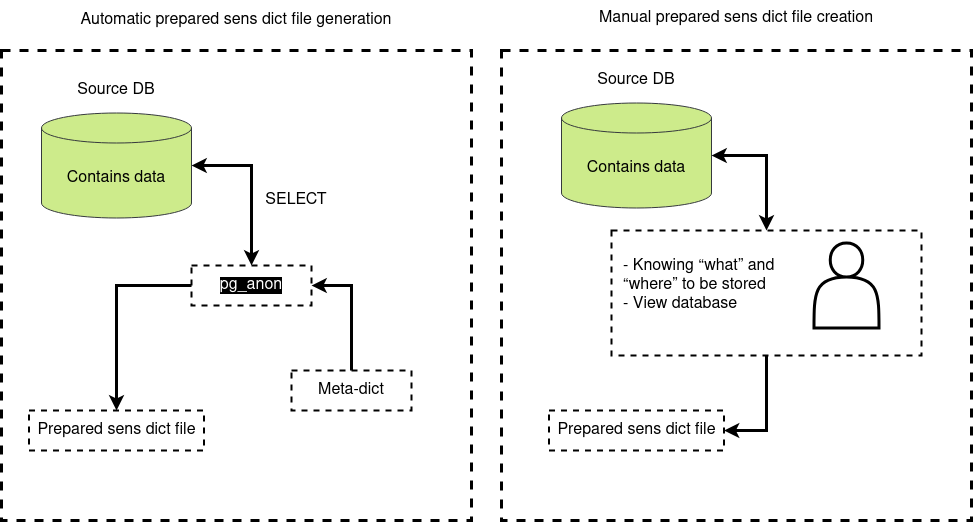
Above: images/Create-dict-Terms.drawio.png in TantorLabs/pg_anon (draw.io), before the change. Source tidied: cells renumbered, new cells last; positions are measured from the earlier drawing's top-left corner, leaving out a move shared by most shapes.
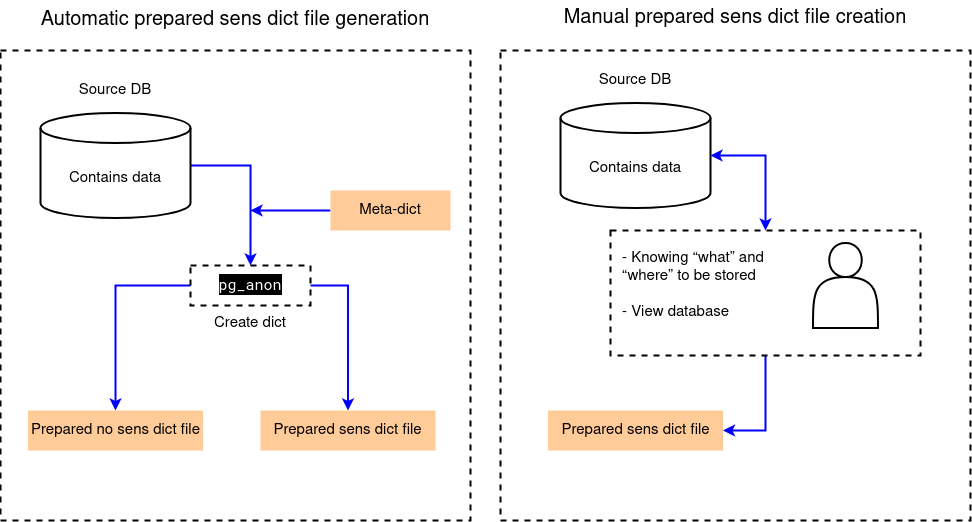
After the commit.

Change to the diagram source:
```diff
@@ -2,68 +2,76 @@
   <root>
     <mxCell id="0" />
     <mxCell id="1" parent="0" />
-    <mxCell id="2" style="rounded=0;whiteSpace=wrap;html=1;fillColor=none;dashed=1;strokeWidth=3;" parent="1" vertex="1">
+    <mxCell id="2" style="rounded=0;whiteSpace=wrap;html=1;fillColor=none;dashed=1;strokeWidth=2;" parent="1" vertex="1">
       <mxGeometry y="50" width="470" height="470" as="geometry" />
     </mxCell>
-    <mxCell id="3" style="rounded=0;whiteSpace=wrap;html=1;fillColor=none;dashed=1;strokeWidth=3;" parent="1" vertex="1">
+    <mxCell id="3" style="rounded=0;whiteSpace=wrap;html=1;fillColor=none;dashed=1;strokeWidth=2;" parent="1" vertex="1">
       <mxGeometry x="500" y="50" width="470" height="470" as="geometry" />
     </mxCell>
-    <mxCell id="4" style="edgeStyle=orthogonalEdgeStyle;rounded=0;jettySize=auto;html=1;exitX=1;exitY=0.5;exitDx=0;exitDy=0;exitPerimeter=0;entryX=0.5;entryY=0;entryDx=0;entryDy=0;strokeWidth=3;startArrow=classic;startFill=1;" parent="1" edge="1" source="5" target="15">
+    <mxCell id="4" style="edgeStyle=orthogonalEdgeStyle;rounded=0;jettySize=auto;html=1;exitX=1;exitY=0.5;exitDx=0;exitDy=0;exitPerimeter=0;entryX=0.5;entryY=0;entryDx=0;entryDy=0;strokeWidth=2;startArrow=none;startFill=0;strokeColor=#0000FF;endArrow=classic;endFill=1;" parent="1" edge="1" source="5" target="15">
       <mxGeometry relative="1" as="geometry" />
     </mxCell>
-    <mxCell id="5" value="&lt;font style=&quot;font-size: 16px;&quot;&gt;Contains data&lt;/font&gt;" style="shape=cylinder3;whiteSpace=wrap;html=1;boundedLbl=1;backgroundOutline=1;size=15;fillColor=#cdeb8b;strokeColor=#36393d;" parent="1" vertex="1">
+    <mxCell id="5" value="&lt;font style=&quot;font-size: 15px;&quot;&gt;Contains data&lt;/font&gt;" style="shape=cylinder3;whiteSpace=wrap;html=1;boundedLbl=1;backgroundOutline=1;size=15;strokeWidth=2;fontSize=15;" parent="1" vertex="1">
       <mxGeometry x="40" y="112.5" width="150" height="105" as="geometry" />
     </mxCell>
-    <mxCell id="6" value="&lt;font style=&quot;font-size: 16px;&quot;&gt;Automatic prepared sens dict file generation&lt;/font&gt;" style="text;html=1;align=center;verticalAlign=middle;whiteSpace=wrap;rounded=0;" parent="1" vertex="1">
+    <mxCell id="6" value="&lt;font style=&quot;font-size: 20px;&quot;&gt;Automatic prepared sens dict file generation&lt;/font&gt;" style="text;html=1;align=center;verticalAlign=middle;whiteSpace=wrap;rounded=0;fontSize=20;" parent="1" vertex="1">
       <mxGeometry width="470" height="40" as="geometry" />
     </mxCell>
-    <mxCell id="7" value="&lt;font style=&quot;font-size: 16px;&quot;&gt;Manual prepared sens dict file creation&lt;/font&gt;" style="text;html=1;align=center;verticalAlign=middle;whiteSpace=wrap;rounded=0;" parent="1" vertex="1">
+    <mxCell id="7" value="&lt;font style=&quot;font-size: 20px;&quot;&gt;Manual prepared sens dict file creation&lt;/font&gt;" style="text;html=1;align=center;verticalAlign=middle;whiteSpace=wrap;rounded=0;fontSize=20;" parent="1" vertex="1">
       <mxGeometry x="500" width="470" height="35" as="geometry" />
     </mxCell>
-    <mxCell id="8" value="&lt;font style=&quot;font-size: 16px;&quot;&gt;Source DB&lt;/font&gt;" style="text;html=1;align=center;verticalAlign=middle;whiteSpace=wrap;rounded=0;" parent="1" vertex="1">
+    <mxCell id="8" value="&lt;font style=&quot;font-size: 15px;&quot;&gt;Source DB&lt;/font&gt;" style="text;html=1;align=center;verticalAlign=middle;whiteSpace=wrap;rounded=0;fontSize=15;" parent="1" vertex="1">
       <mxGeometry x="70" y="70" width="90" height="40" as="geometry" />
     </mxCell>
-    <mxCell id="9" value="&lt;font style=&quot;font-size: 16px;&quot;&gt;Contains data&lt;/font&gt;" style="shape=cylinder3;whiteSpace=wrap;html=1;boundedLbl=1;backgroundOutline=1;size=15;fillColor=#cdeb8b;strokeColor=#36393d;" parent="1" vertex="1">
+    <mxCell id="9" value="&lt;font style=&quot;font-size: 15px;&quot;&gt;Contains data&lt;/font&gt;" style="shape=cylinder3;whiteSpace=wrap;html=1;boundedLbl=1;backgroundOutline=1;size=15;strokeWidth=2;fontSize=15;" parent="1" vertex="1">
       <mxGeometry x="560" y="102.5" width="150" height="105" as="geometry" />
     </mxCell>
-    <mxCell id="10" value="&lt;font style=&quot;font-size: 16px;&quot;&gt;Source DB&lt;/font&gt;" style="text;html=1;align=center;verticalAlign=middle;whiteSpace=wrap;rounded=0;" parent="1" vertex="1">
+    <mxCell id="10" value="&lt;font style=&quot;font-size: 15px;&quot;&gt;Source DB&lt;/font&gt;" style="text;html=1;align=center;verticalAlign=middle;whiteSpace=wrap;rounded=0;fontSize=15;" parent="1" vertex="1">
       <mxGeometry x="590" y="60" width="90" height="40" as="geometry" />
     </mxCell>
-    <mxCell id="11" value="&lt;font style=&quot;font-size: 16px;&quot;&gt;Prepared sens dict file &lt;/font&gt;" style="rounded=0;whiteSpace=wrap;html=1;fillColor=none;strokeWidth=2;dashed=1;" parent="1" vertex="1">
-      <mxGeometry x="27.5" y="410" width="175" height="40" as="geometry" />
+    <mxCell id="11" value="&lt;font style=&quot;font-size: 15px;&quot;&gt;Prepared sens dict file &lt;/font&gt;" style="rounded=0;whiteSpace=wrap;html=1;fillColor=#FFCC99;strokeWidth=2;dashed=1;strokeColor=none;fontSize=15;" parent="1" vertex="1">
+      <mxGeometry x="260" y="410" width="175" height="40" as="geometry" />
     </mxCell>
-    <mxCell id="12" style="edgeStyle=orthogonalEdgeStyle;rounded=0;jettySize=auto;html=1;exitX=0.5;exitY=0;exitDx=0;exitDy=0;entryX=1;entryY=0.5;entryDx=0;entryDy=0;strokeWidth=3;" parent="1" edge="1" source="13" target="15">
-      <mxGeometry relative="1" as="geometry" />
+    <mxCell id="12" style="edgeStyle=orthogonalEdgeStyle;rounded=0;jettySize=auto;html=1;exitX=0;exitY=0.5;exitDx=0;exitDy=0;strokeWidth=2;strokeColor=#0000FF;" parent="1" edge="1" source="13">
+      <mxGeometry relative="1" as="geometry">
+        <mxPoint x="250" y="210" as="targetPoint" />
+      </mxGeometry>
     </mxCell>
-    <mxCell id="13" value="&lt;font style=&quot;font-size: 16px;&quot;&gt;Meta-dict&lt;/font&gt;" style="rounded=0;whiteSpace=wrap;html=1;fillColor=none;strokeWidth=2;dashed=1;" parent="1" vertex="1">
-      <mxGeometry x="290" y="370" width="120" height="40" as="geometry" />
+    <mxCell id="13" value="&lt;font style=&quot;font-size: 15px;&quot;&gt;Meta-dict&lt;/font&gt;" style="rounded=0;whiteSpace=wrap;html=1;fillColor=#FFCC99;strokeWidth=2;dashed=1;strokeColor=none;fontSize=15;" parent="1" vertex="1">
+      <mxGeometry x="330" y="190" width="120" height="40" as="geometry" />
     </mxCell>
-    <mxCell id="14" style="edgeStyle=orthogonalEdgeStyle;rounded=0;jettySize=auto;html=1;exitX=0;exitY=0.5;exitDx=0;exitDy=0;entryX=0.5;entryY=0;entryDx=0;entryDy=0;strokeWidth=3;" parent="1" edge="1" source="15" target="11">
+    <mxCell id="14" style="edgeStyle=orthogonalEdgeStyle;rounded=0;jettySize=auto;html=1;exitX=0;exitY=0.5;exitDx=0;exitDy=0;entryX=0.5;entryY=0;entryDx=0;entryDy=0;strokeWidth=2;strokeColor=#0000FF;" parent="1" edge="1" source="15" target="24">
       <mxGeometry relative="1" as="geometry" />
     </mxCell>
+    <mxCell id="23" style="edgeStyle=orthogonalEdgeStyle;rounded=0;jettySize=auto;html=1;exitX=1;exitY=0.5;exitDx=0;exitDy=0;entryX=0.5;entryY=0;entryDx=0;entryDy=0;strokeWidth=2;strokeColor=#0000FF;" parent="1" edge="1" source="15" target="11">
+      <mxGeometry relative="1" as="geometry" />
+    </mxCell>
-    <mxCell id="15" value="&lt;font color=&quot;#ffffff&quot; style=&quot;font-size: 16px; background-color: rgb(0, 0, 0);&quot;&gt;pg_anon&lt;/font&gt;" style="rounded=0;whiteSpace=wrap;html=1;fillColor=none;strokeWidth=2;dashed=1;" parent="1" vertex="1">
+    <mxCell id="15" value="&lt;font face=&quot;Roboto Mono&quot; style=&quot;font-size: 15px; background-color: rgb(0, 0, 0);&quot; color=&quot;#ffffff&quot;&gt;pg_anon&lt;/font&gt;" style="rounded=0;whiteSpace=wrap;html=1;fillColor=none;strokeWidth=2;dashed=1;fontSize=15;" parent="1" vertex="1">
       <mxGeometry x="190" y="265" width="120" height="40" as="geometry" />
     </mxCell>
-    <mxCell id="16" value="&lt;font style=&quot;font-size: 16px;&quot;&gt;SELECT&lt;/font&gt;" style="text;html=1;align=center;verticalAlign=middle;whiteSpace=wrap;rounded=0;" parent="1" vertex="1">
-      <mxGeometry x="260" y="180" width="70" height="40" as="geometry" />
-    </mxCell>
-    <mxCell id="17" value="&lt;font style=&quot;font-size: 16px;&quot;&gt;Prepared sens dict file &lt;/font&gt;" style="rounded=0;whiteSpace=wrap;html=1;fillColor=none;strokeWidth=2;dashed=1;" parent="1" vertex="1">
+    <mxCell id="17" value="&lt;font style=&quot;font-size: 15px;&quot;&gt;Prepared sens dict file &lt;/font&gt;" style="rounded=0;whiteSpace=wrap;html=1;fillColor=#FFCC99;strokeWidth=2;dashed=1;strokeColor=none;fontSize=15;" parent="1" vertex="1">
       <mxGeometry x="547.5" y="410" width="175" height="40" as="geometry" />
     </mxCell>
-    <mxCell id="18" style="edgeStyle=orthogonalEdgeStyle;rounded=0;jettySize=auto;html=1;exitX=0.5;exitY=1;exitDx=0;exitDy=0;entryX=1;entryY=0.5;entryDx=0;entryDy=0;strokeWidth=3;" parent="1" edge="1" source="19" target="17">
+    <mxCell id="18" style="edgeStyle=orthogonalEdgeStyle;rounded=0;jettySize=auto;html=1;exitX=0.5;exitY=1;exitDx=0;exitDy=0;entryX=1;entryY=0.5;entryDx=0;entryDy=0;strokeWidth=2;strokeColor=#0000FF;" parent="1" edge="1" source="19" target="17">
       <mxGeometry relative="1" as="geometry" />
     </mxCell>
     <mxCell id="19" style="rounded=0;whiteSpace=wrap;html=1;fillColor=none;dashed=1;strokeWidth=2;" parent="1" vertex="1">
       <mxGeometry x="610" y="230" width="310" height="125" as="geometry" />
     </mxCell>
-    <mxCell id="20" style="shape=actor;whiteSpace=wrap;html=1;strokeWidth=3;" parent="1" vertex="1">
+    <mxCell id="20" style="shape=actor;whiteSpace=wrap;html=1;strokeWidth=2;" parent="1" vertex="1">
       <mxGeometry x="812.5" y="242.5" width="65" height="85" as="geometry" />
     </mxCell>
-    <mxCell id="21" style="edgeStyle=orthogonalEdgeStyle;rounded=0;jettySize=auto;html=1;exitX=0.5;exitY=0;exitDx=0;exitDy=0;entryX=1;entryY=0.5;entryDx=0;entryDy=0;entryPerimeter=0;strokeWidth=3;startArrow=classic;startFill=1;" parent="1" edge="1" source="19" target="9">
+    <mxCell id="21" style="edgeStyle=orthogonalEdgeStyle;rounded=0;jettySize=auto;html=1;exitX=0.5;exitY=0;exitDx=0;exitDy=0;entryX=1;entryY=0.5;entryDx=0;entryDy=0;entryPerimeter=0;strokeWidth=2;startArrow=classic;startFill=1;strokeColor=#0000FF;" parent="1" edge="1" source="19" target="9">
       <mxGeometry relative="1" as="geometry" />
     </mxCell>
-    <mxCell id="22" value="&lt;div align=&quot;left&quot;&gt;&lt;font style=&quot;font-size: 16px;&quot;&gt;- Knowing “what” and “where” to be stored&lt;/font&gt;&lt;br&gt;&lt;font style=&quot;font-size: 16px;&quot;&gt;- View database&lt;/font&gt;&lt;/div&gt;" style="text;html=1;align=left;verticalAlign=middle;whiteSpace=wrap;rounded=0;" parent="1" vertex="1">
+    <mxCell id="22" value="&lt;div align=&quot;left&quot; style=&quot;font-size: 15px;&quot;&gt;&lt;font style=&quot;font-size: 15px;&quot;&gt;- Knowing “what” and “where” to be stored&lt;/font&gt;&lt;/div&gt;&lt;div align=&quot;left&quot; style=&quot;font-size: 15px;&quot;&gt;&lt;br style=&quot;font-size: 15px;&quot;&gt;&lt;font style=&quot;font-size: 15px;&quot;&gt;- View database&lt;/font&gt;&lt;/div&gt;" style="text;html=1;align=left;verticalAlign=middle;whiteSpace=wrap;rounded=0;fontSize=15;" parent="1" vertex="1">
       <mxGeometry x="620" y="246.2" width="160" height="77.5" as="geometry" />
     </mxCell>
+    <mxCell id="24" value="&lt;font style=&quot;font-size: 15px;&quot;&gt;Prepared no sens dict file &lt;/font&gt;" style="rounded=0;whiteSpace=wrap;html=1;fillColor=#FFCC99;strokeWidth=2;dashed=1;strokeColor=none;fontSize=15;" parent="1" vertex="1">
+      <mxGeometry x="27.5" y="410" width="175" height="40" as="geometry" />
+    </mxCell>
+    <mxCell id="25" value="Create dict" style="text;html=1;align=center;verticalAlign=middle;whiteSpace=wrap;rounded=0;fontSize=15;" parent="1" vertex="1">
+      <mxGeometry x="205" y="305" width="90" height="35" as="geometry" />
+    </mxCell>
   </root>
 </mxGraphModel>
```
